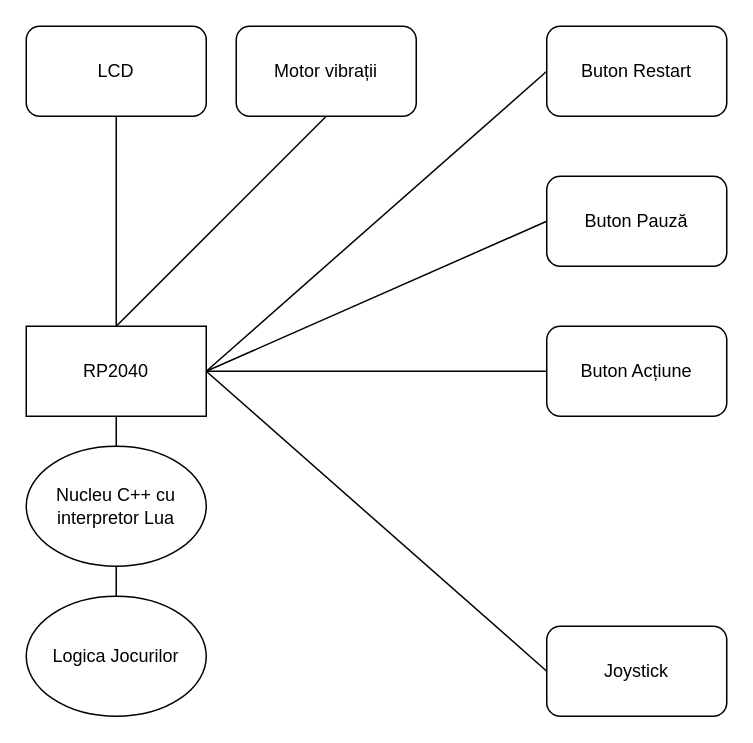
The draw.io diagram proj-wiki/diag1.drawio in ALEX11BR/proiect-pm, before the edit. Source tidied: cells renumbered, new cells numbered last; positions are measured from the earlier drawing's top-left corner, leaving out a move shared by most shapes. Both pictures are drawn from the tidied source at 150%, with x=0, y=0 at pixel (26, 26).
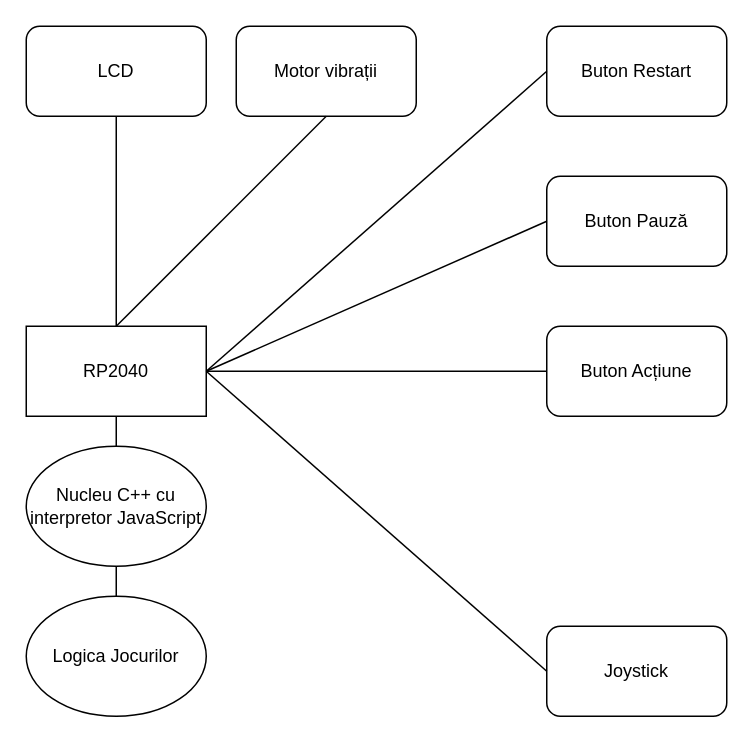
Above is the later version.

What changed in the source:
```diff
@@
-    <mxCell id="13" value="Nucleu C++ cu interpretor Lua" style="ellipse;whiteSpace=wrap;html=1;" parent="1" vertex="1">
+    <mxCell id="13" value="Nucleu C++ cu interpretor JavaScript" style="ellipse;whiteSpace=wrap;html=1;" parent="1" vertex="1">
       <mxGeometry y="280" width="120" height="80" as="geometry" />
     </mxCell>
```
